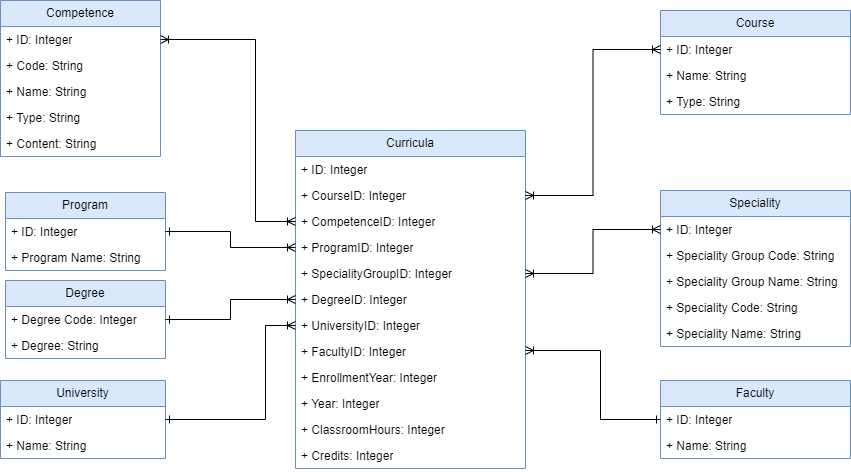
Earlier version of the draw.io export Lab Work №3/docs/DW.png (yunas-x/Diploma). Source tidied: cells renumbered, new cells last; positions are measured from the earlier drawing's top-left corner, leaving out a move shared by most shapes.
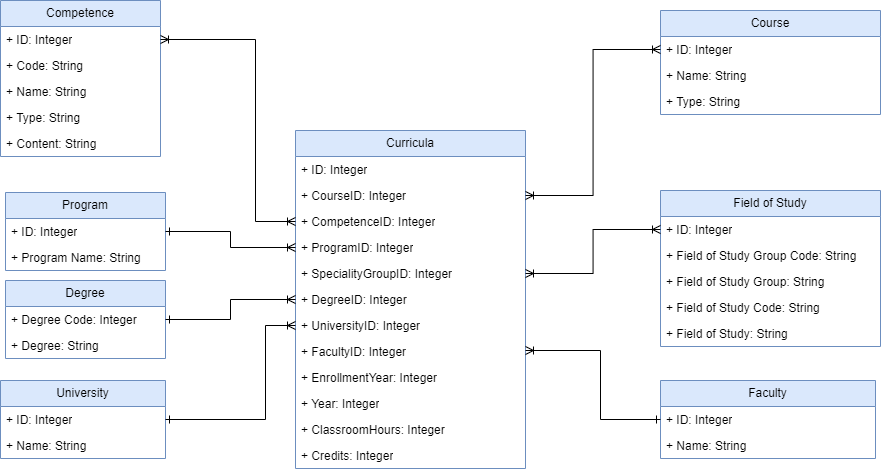
Above is the later version.

Diff of the diagram source:
```diff
@@ -42,16 +42,16 @@
       <mxGeometry y="312" width="230" height="26" as="geometry" />
     </mxCell>
     <mxCell id="15" value="Course" style="swimlane;fontStyle=0;horizontal=1;startSize=26;fillColor=#dae8fc;whiteSpace=wrap;html=1;strokeColor=#6c8ebf;" parent="1" vertex="1">
-      <mxGeometry x="660" y="10" width="190" height="104" as="geometry" />
+      <mxGeometry x="660" y="10" width="220" height="104" as="geometry" />
     </mxCell>
     <mxCell id="16" value="+ ID: Integer" style="text;strokeColor=none;fillColor=none;align=left;verticalAlign=top;spacingLeft=4;spacingRight=4;overflow=hidden;points=[[0,0.5],[1,0.5]];portConstraint=eastwest;whiteSpace=wrap;html=1;" parent="15" vertex="1">
-      <mxGeometry y="26" width="190" height="26" as="geometry" />
+      <mxGeometry y="26" width="220" height="26" as="geometry" />
     </mxCell>
     <mxCell id="17" value="+ Name: String" style="text;strokeColor=none;fillColor=none;align=left;verticalAlign=top;spacingLeft=4;spacingRight=4;overflow=hidden;whiteSpace=wrap;html=1;" parent="15" vertex="1">
-      <mxGeometry y="52" width="190" height="26" as="geometry" />
+      <mxGeometry y="52" width="220" height="26" as="geometry" />
     </mxCell>
     <mxCell id="18" value="+ Type: String" style="text;strokeColor=none;fillColor=none;align=left;verticalAlign=top;spacingLeft=4;spacingRight=4;overflow=hidden;whiteSpace=wrap;html=1;" parent="15" vertex="1">
-      <mxGeometry y="78" width="190" height="26" as="geometry" />
+      <mxGeometry y="78" width="220" height="26" as="geometry" />
     </mxCell>
     <mxCell id="19" style="edgeStyle=orthogonalEdgeStyle;rounded=0;jettySize=auto;html=1;startArrow=ERoneToMany;startFill=0;endArrow=ERoneToMany;endFill=0;" parent="1" edge="1" source="4" target="16">
       <mxGeometry relative="1" as="geometry" />
@@ -94,23 +94,23 @@
         </Array>
       </mxGeometry>
     </mxCell>
-    <mxCell id="31" value="Speciality" style="swimlane;fontStyle=0;horizontal=1;startSize=26;fillColor=#dae8fc;whiteSpace=wrap;html=1;strokeColor=#6c8ebf;" parent="1" vertex="1">
-      <mxGeometry x="660" y="190" width="190" height="156" as="geometry" />
+    <mxCell id="31" value="Field of Study" style="swimlane;fontStyle=0;horizontal=1;startSize=26;fillColor=#dae8fc;whiteSpace=wrap;html=1;strokeColor=#6c8ebf;" parent="1" vertex="1">
+      <mxGeometry x="660" y="190" width="220" height="156" as="geometry" />
     </mxCell>
     <mxCell id="32" value="+ ID: Integer" style="text;strokeColor=none;fillColor=none;align=left;verticalAlign=top;spacingLeft=4;spacingRight=4;overflow=hidden;points=[[0,0.5],[1,0.5]];portConstraint=eastwest;whiteSpace=wrap;html=1;" parent="31" vertex="1">
-      <mxGeometry y="26" width="190" height="26" as="geometry" />
+      <mxGeometry y="26" width="220" height="26" as="geometry" />
     </mxCell>
-    <mxCell id="33" value="+ Speciality Group Code: String" style="text;strokeColor=none;fillColor=none;align=left;verticalAlign=top;spacingLeft=4;spacingRight=4;overflow=hidden;whiteSpace=wrap;html=1;" parent="31" vertex="1">
-      <mxGeometry y="52" width="190" height="26" as="geometry" />
+    <mxCell id="33" value="+&amp;nbsp;Field of Study Group Code: String" style="text;strokeColor=none;fillColor=none;align=left;verticalAlign=top;spacingLeft=4;spacingRight=4;overflow=hidden;whiteSpace=wrap;html=1;" parent="31" vertex="1">
+      <mxGeometry y="52" width="220" height="26" as="geometry" />
     </mxCell>
-    <mxCell id="34" value="+ Speciality Group Name: String" style="text;strokeColor=none;fillColor=none;align=left;verticalAlign=top;spacingLeft=4;spacingRight=4;overflow=hidden;whiteSpace=wrap;html=1;" parent="31" vertex="1">
-      <mxGeometry y="78" width="190" height="26" as="geometry" />
+    <mxCell id="34" value="+&amp;nbsp;Field of Study Group: String" style="text;strokeColor=none;fillColor=none;align=left;verticalAlign=top;spacingLeft=4;spacingRight=4;overflow=hidden;whiteSpace=wrap;html=1;" parent="31" vertex="1">
+      <mxGeometry y="78" width="220" height="26" as="geometry" />
     </mxCell>
-    <mxCell id="35" value="+ Speciality Code: String" style="text;strokeColor=none;fillColor=none;align=left;verticalAlign=top;spacingLeft=4;spacingRight=4;overflow=hidden;whiteSpace=wrap;html=1;" parent="31" vertex="1">
-      <mxGeometry y="104" width="190" height="26" as="geometry" />
+    <mxCell id="35" value="+&amp;nbsp;Field of Study Code: String" style="text;strokeColor=none;fillColor=none;align=left;verticalAlign=top;spacingLeft=4;spacingRight=4;overflow=hidden;whiteSpace=wrap;html=1;" parent="31" vertex="1">
+      <mxGeometry y="104" width="220" height="26" as="geometry" />
     </mxCell>
-    <mxCell id="36" value="+ Speciality Name: String" style="text;strokeColor=none;fillColor=none;align=left;verticalAlign=top;spacingLeft=4;spacingRight=4;overflow=hidden;whiteSpace=wrap;html=1;" parent="31" vertex="1">
-      <mxGeometry y="130" width="190" height="26" as="geometry" />
+    <mxCell id="36" value="+&amp;nbsp;Field of Study: String" style="text;strokeColor=none;fillColor=none;align=left;verticalAlign=top;spacingLeft=4;spacingRight=4;overflow=hidden;whiteSpace=wrap;html=1;" parent="31" vertex="1">
+      <mxGeometry y="130" width="220" height="26" as="geometry" />
     </mxCell>
     <mxCell id="37" style="edgeStyle=orthogonalEdgeStyle;rounded=0;jettySize=auto;html=1;startArrow=ERoneToMany;startFill=0;endArrow=ERoneToMany;endFill=0;entryX=0;entryY=0.5;entryDx=0;entryDy=0;" parent="1" edge="1" source="7" target="32">
       <mxGeometry relative="1" as="geometry" />
@@ -145,13 +145,13 @@
       </mxGeometry>
     </mxCell>
     <mxCell id="46" value="Faculty" style="swimlane;fontStyle=0;horizontal=1;startSize=26;fillColor=#dae8fc;whiteSpace=wrap;html=1;strokeColor=#6c8ebf;" parent="1" vertex="1">
-      <mxGeometry x="660" y="380" width="190" height="78" as="geometry" />
+      <mxGeometry x="660" y="380" width="215" height="78" as="geometry" />
     </mxCell>
     <mxCell id="47" value="+ ID: Integer" style="text;strokeColor=none;fillColor=none;align=left;verticalAlign=top;spacingLeft=4;spacingRight=4;overflow=hidden;whiteSpace=wrap;html=1;" parent="46" vertex="1">
-      <mxGeometry y="26" width="190" height="26" as="geometry" />
+      <mxGeometry y="26" width="215" height="26" as="geometry" />
     </mxCell>
     <mxCell id="48" value="+ Name: String" style="text;strokeColor=none;fillColor=none;align=left;verticalAlign=top;spacingLeft=4;spacingRight=4;overflow=hidden;whiteSpace=wrap;html=1;" parent="46" vertex="1">
-      <mxGeometry y="52" width="190" height="26" as="geometry" />
+      <mxGeometry y="52" width="215" height="26" as="geometry" />
     </mxCell>
     <mxCell id="49" style="edgeStyle=orthogonalEdgeStyle;rounded=0;jettySize=auto;html=1;startArrow=ERoneToMany;startFill=0;endArrow=ERone;endFill=0;" parent="1" edge="1" source="10" target="46">
       <mxGeometry relative="1" as="geometry">
```
